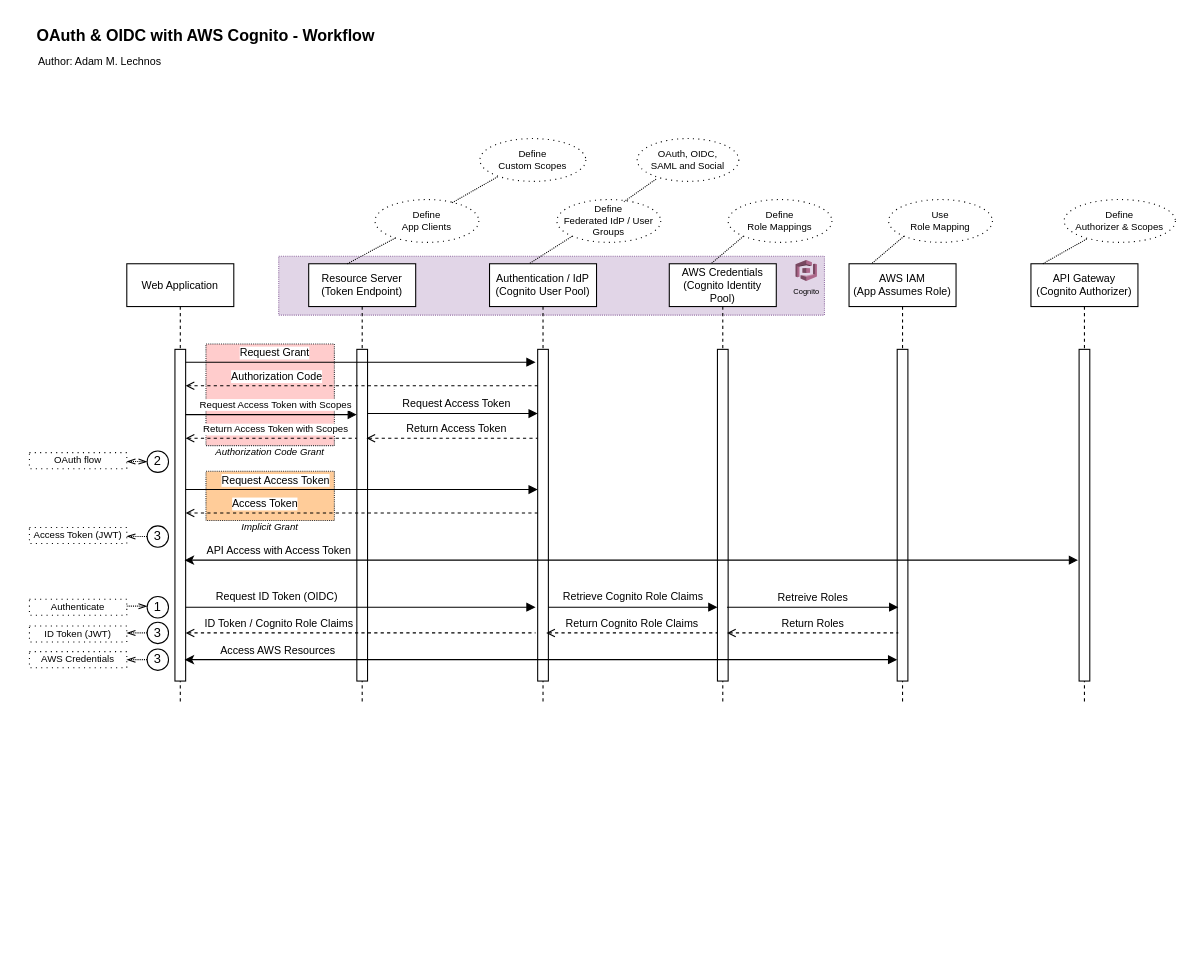
Before: devops/OAuth20-Sequence-Diagram.drawio in Adam-Lechnos/diagrams-charts, a draw.io diagram. Source tidied: cells renumbered, new cells numbered last; positions are measured from the earlier drawing's top-left corner, leaving out a move shared by most shapes. Both pictures are drawn from the tidied source at 107%, with x=0, y=0 at pixel (18, 18).
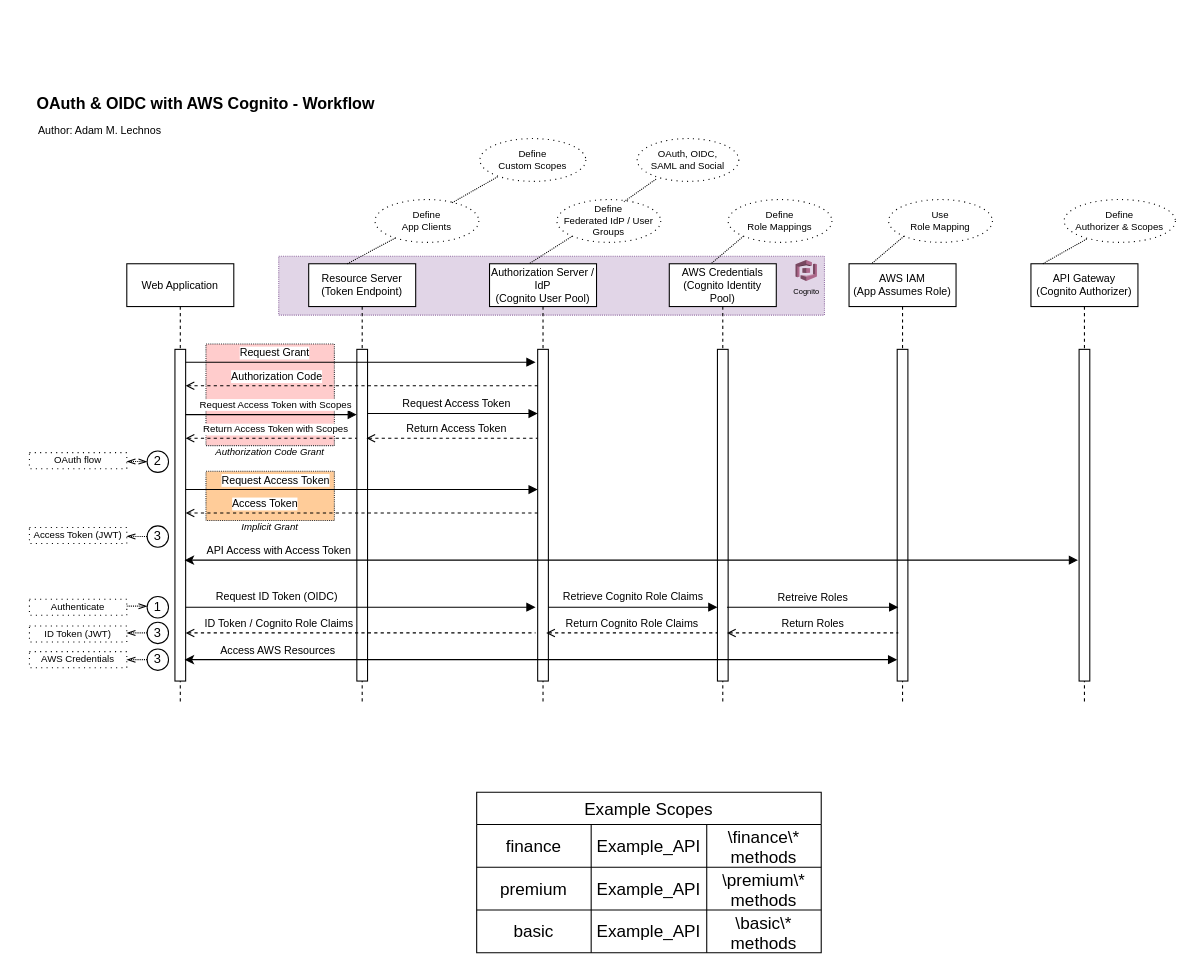
The same diagram, later.

What changed in the source:
```diff
@@
-    <mxCell id="19" value="Authentication / IdP&lt;br style=&quot;font-size: 10px;&quot;&gt;(Cognito User Pool)" style="shape=umlLifeline;perimeter=lifelinePerimeter;whiteSpace=wrap;html=1;outlineConnect=0;portConstraint=eastwest;newEdgeStyle={&quot;edgeStyle&quot;:&quot;elbowEdgeStyle&quot;,&quot;elbow&quot;:&quot;vertical&quot;,&quot;curved&quot;:0,&quot;rounded&quot;:0};fontSize=10;" parent="1" vertex="1">
+    <mxCell id="19" value="Authorization Server / IdP&lt;br style=&quot;font-size: 10px;&quot;&gt;(Cognito User Pool)" style="shape=umlLifeline;perimeter=lifelinePerimeter;whiteSpace=wrap;html=1;outlineConnect=0;portConstraint=eastwest;newEdgeStyle={&quot;edgeStyle&quot;:&quot;elbowEdgeStyle&quot;,&quot;elbow&quot;:&quot;vertical&quot;,&quot;curved&quot;:0,&quot;rounded&quot;:0};fontSize=10;" parent="1" vertex="1">
       <mxGeometry x="440" y="229" width="100" height="410" as="geometry" />
     </mxCell>
@@
     <mxCell id="58" value="OAuth &amp;amp; OIDC with AWS Cognito - Workflow" style="text;html=1;align=center;verticalAlign=middle;whiteSpace=wrap;rounded=0;fontSize=15;fontStyle=1;" parent="1" vertex="1">
-      <mxGeometry width="350" height="30" as="geometry" />
+      <mxGeometry y="64" width="350" height="30" as="geometry" />
     </mxCell>
     <mxCell id="59" value="Author: Adam M. Lechnos" style="text;html=1;align=center;verticalAlign=middle;whiteSpace=wrap;rounded=0;fontSize=10;fontStyle=0;" parent="1" vertex="1">
-      <mxGeometry x="16" y="25" width="120" height="30" as="geometry" />
+      <mxGeometry x="16" y="89" width="120" height="30" as="geometry" />
     </mxCell>
@@
+    <mxCell id="72" value="Example Scopes" style="shape=table;startSize=30;childLayout=tableLayout;strokeColor=default;fontSize=16;" parent="1" vertex="1">
+      <mxGeometry x="428" y="723" width="322" height="150" as="geometry" />
+    </mxCell>
+    <mxCell id="73" style="shape=tableRow;horizontal=0;startSize=0;swimlaneHead=0;swimlaneBody=0;strokeColor=inherit;top=0;left=0;bottom=0;right=0;fillColor=none;fontSize=16;" parent="72" vertex="1">
+      <mxGeometry y="30" width="322" height="40" as="geometry" />
+    </mxCell>
+    <mxCell id="74" value="finance" style="shape=partialRectangle;html=1;whiteSpace=wrap;strokeColor=inherit;overflow=hidden;fillColor=none;top=0;left=0;bottom=0;right=0;fontSize=16;" parent="73" vertex="1">
+      <mxGeometry width="107" height="40" as="geometry" />
+    </mxCell>
+    <mxCell id="75" value="Example_API" style="shape=partialRectangle;html=1;whiteSpace=wrap;strokeColor=inherit;overflow=hidden;fillColor=none;top=0;left=0;bottom=0;right=0;fontSize=16;" parent="73" vertex="1">
+      <mxGeometry x="107" width="108" height="40" as="geometry" />
+    </mxCell>
+    <mxCell id="76" value="\finance\* methods" style="shape=partialRectangle;html=1;whiteSpace=wrap;strokeColor=inherit;overflow=hidden;fillColor=none;top=0;left=0;bottom=0;right=0;fontSize=16;" parent="73" vertex="1">
+      <mxGeometry x="215" width="107" height="40" as="geometry" />
+    </mxCell>
+    <mxCell id="77" style="shape=tableRow;horizontal=0;startSize=0;swimlaneHead=0;swimlaneBody=0;strokeColor=inherit;top=0;left=0;bottom=0;right=0;fillColor=none;fontSize=16;" parent="72" vertex="1">
+      <mxGeometry y="70" width="322" height="40" as="geometry" />
+    </mxCell>
+    <mxCell id="78" value="premium" style="shape=partialRectangle;html=1;whiteSpace=wrap;strokeColor=inherit;overflow=hidden;fillColor=none;top=0;left=0;bottom=0;right=0;fontSize=16;" parent="77" vertex="1">
+      <mxGeometry width="107" height="40" as="geometry" />
+    </mxCell>
+    <mxCell id="79" value="Example_API" style="shape=partialRectangle;html=1;whiteSpace=wrap;strokeColor=inherit;overflow=hidden;fillColor=none;top=0;left=0;bottom=0;right=0;fontSize=16;" parent="77" vertex="1">
+      <mxGeometry x="107" width="108" height="40" as="geometry" />
+    </mxCell>
+    <mxCell id="80" value="\premium\*&lt;br&gt;methods" style="shape=partialRectangle;html=1;whiteSpace=wrap;strokeColor=inherit;overflow=hidden;fillColor=none;top=0;left=0;bottom=0;right=0;fontSize=16;" parent="77" vertex="1">
+      <mxGeometry x="215" width="107" height="40" as="geometry" />
+    </mxCell>
+    <mxCell id="81" style="shape=tableRow;horizontal=0;startSize=0;swimlaneHead=0;swimlaneBody=0;strokeColor=inherit;top=0;left=0;bottom=0;right=0;fillColor=none;fontSize=16;" parent="72" vertex="1">
+      <mxGeometry y="110" width="322" height="40" as="geometry" />
+    </mxCell>
+    <mxCell id="82" value="basic" style="shape=partialRectangle;html=1;whiteSpace=wrap;strokeColor=inherit;overflow=hidden;fillColor=none;top=0;left=0;bottom=0;right=0;fontSize=16;" parent="81" vertex="1">
+      <mxGeometry width="107" height="40" as="geometry" />
+    </mxCell>
+    <mxCell id="83" value="Example_API" style="shape=partialRectangle;html=1;whiteSpace=wrap;strokeColor=inherit;overflow=hidden;fillColor=none;top=0;left=0;bottom=0;right=0;fontSize=16;" parent="81" vertex="1">
+      <mxGeometry x="107" width="108" height="40" as="geometry" />
+    </mxCell>
+    <mxCell id="84" value="\basic\*&lt;br&gt;methods" style="shape=partialRectangle;html=1;whiteSpace=wrap;strokeColor=inherit;overflow=hidden;fillColor=none;top=0;left=0;bottom=0;right=0;fontSize=16;" parent="81" vertex="1">
+      <mxGeometry x="215" width="107" height="40" as="geometry" />
+    </mxCell>
```
